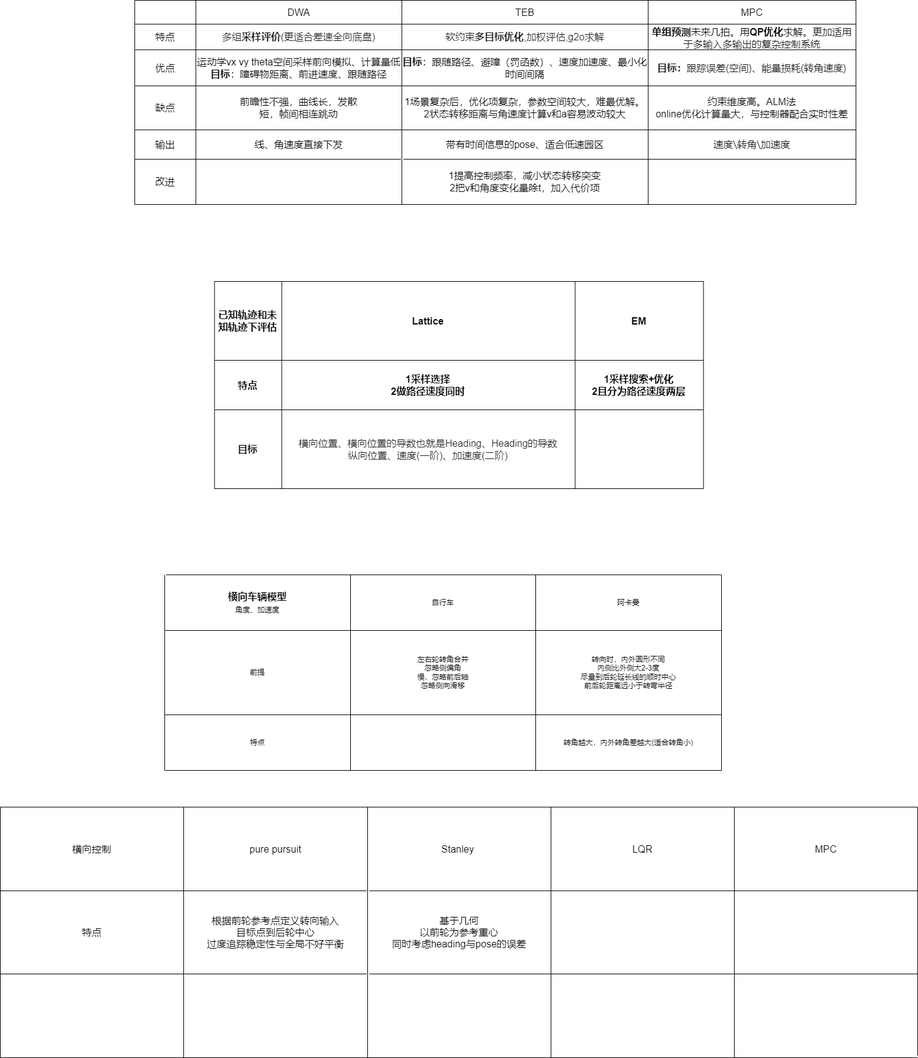
JonHarold/MAPF keeps this draw.io diagram as fisrst.drawio.png. Above is the earlier version. Source tidied: cells renumbered, new cells last; positions are measured from the earlier drawing's top-left corner, leaving out a move shared by most shapes.
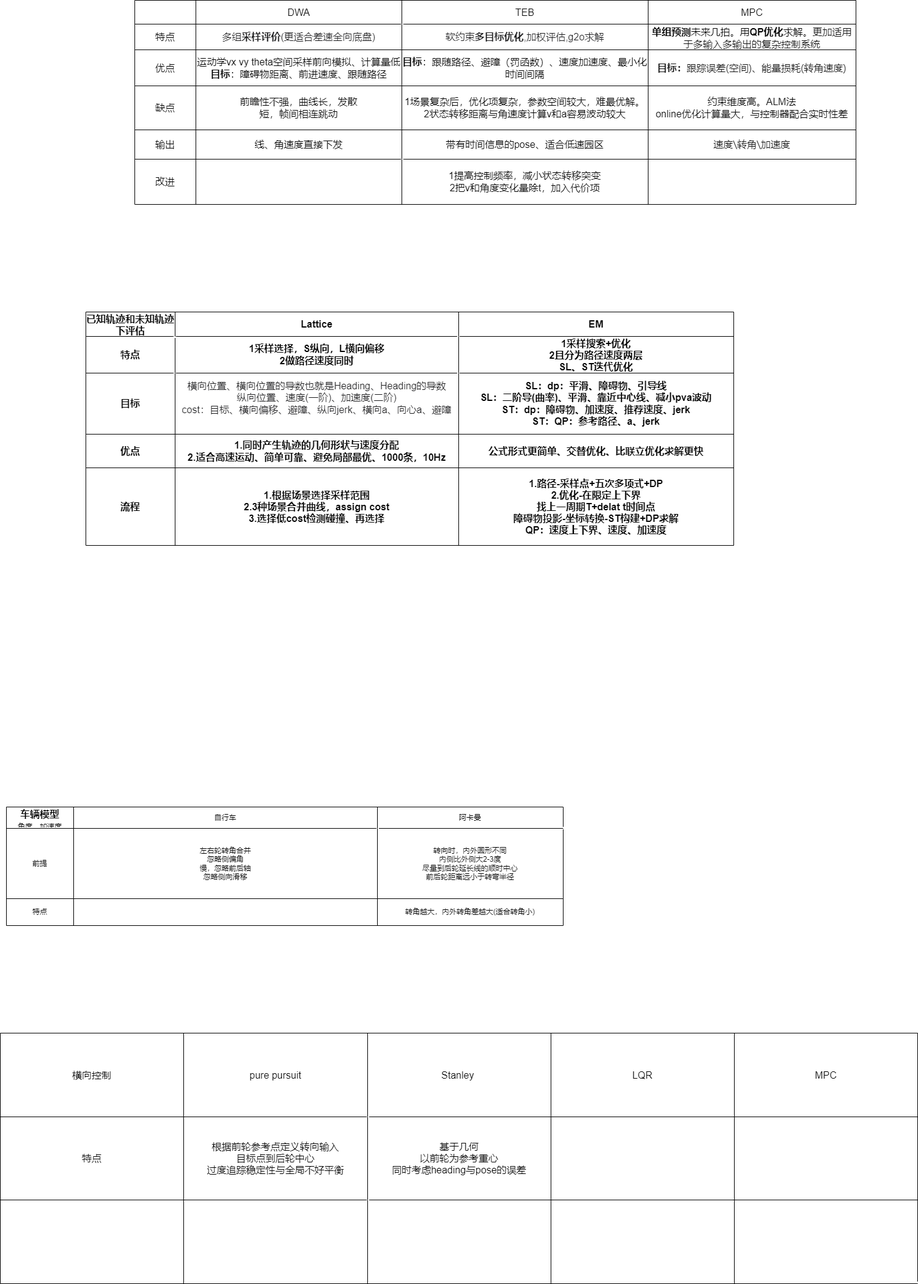
The same file after the commit.

Change to the diagram source:
```diff
@@ -96,85 +96,109 @@
       <mxGeometry x="840" width="340" height="74" as="geometry" />
     </mxCell>
     <mxCell id="33" style="shape=table;startSize=0;fontSize=16;fontStyle=1;" parent="1" vertex="1">
-      <mxGeometry x="350.5" y="460" width="800" height="339" as="geometry" />
+      <mxGeometry x="140" y="510" width="1060" height="382" as="geometry" />
     </mxCell>
     <mxCell id="34" style="shape=tableRow;horizontal=0;startSize=0;swimlaneHead=0;swimlaneBody=0;top=0;left=0;bottom=0;right=0;fillColor=none;fontSize=16;fontStyle=1;" parent="33" vertex="1">
-      <mxGeometry width="800" height="129" as="geometry" />
+      <mxGeometry width="1060" height="40" as="geometry" />
     </mxCell>
     <mxCell id="35" value="已知轨迹和未知轨迹下评估" style="shape=partialRectangle;html=1;whiteSpace=wrap;overflow=hidden;fillColor=none;top=0;left=0;bottom=0;right=0;fontSize=16;fontStyle=1;" parent="34" vertex="1">
-      <mxGeometry width="110" height="129" as="geometry" />
+      <mxGeometry width="146" height="40" as="geometry" />
     </mxCell>
     <mxCell id="36" value="Lattice" style="shape=partialRectangle;html=1;whiteSpace=wrap;overflow=hidden;fillColor=none;top=0;left=0;bottom=0;right=0;fontSize=16;fontStyle=1;" parent="34" vertex="1">
-      <mxGeometry x="110" width="480" height="129" as="geometry" />
+      <mxGeometry x="146" width="464" height="40" as="geometry" />
     </mxCell>
     <mxCell id="37" value="EM" style="shape=partialRectangle;html=1;whiteSpace=wrap;overflow=hidden;fillColor=none;top=0;left=0;bottom=0;right=0;fontSize=16;fontStyle=1;" parent="34" vertex="1">
-      <mxGeometry x="590" width="210" height="129" as="geometry" />
+      <mxGeometry x="610" width="450" height="40" as="geometry" />
     </mxCell>
     <mxCell id="38" style="shape=tableRow;horizontal=0;startSize=0;swimlaneHead=0;swimlaneBody=0;top=0;left=0;bottom=0;right=0;fillColor=none;fontSize=16;fontStyle=1;" parent="33" vertex="1">
-      <mxGeometry y="129" width="800" height="81" as="geometry" />
+      <mxGeometry y="40" width="1060" height="60" as="geometry" />
     </mxCell>
     <mxCell id="39" value="特点" style="shape=partialRectangle;html=1;whiteSpace=wrap;overflow=hidden;fillColor=none;top=0;left=0;bottom=0;right=0;fontSize=16;fontStyle=1;" parent="38" vertex="1">
-      <mxGeometry width="110" height="81" as="geometry" />
+      <mxGeometry width="146" height="60" as="geometry" />
     </mxCell>
-    <mxCell id="40" value="1采样选择&lt;br&gt;2做路径速度同时" style="shape=partialRectangle;html=1;whiteSpace=wrap;overflow=hidden;fillColor=none;top=0;left=0;bottom=0;right=0;fontSize=16;fontStyle=1;" parent="38" vertex="1">
-      <mxGeometry x="110" width="480" height="81" as="geometry" />
+    <mxCell id="40" value="1采样选择，S纵向，L横向偏移&lt;br&gt;2做路径速度同时" style="shape=partialRectangle;html=1;whiteSpace=wrap;overflow=hidden;fillColor=none;top=0;left=0;bottom=0;right=0;fontSize=16;fontStyle=1;" parent="38" vertex="1">
+      <mxGeometry x="146" width="464" height="60" as="geometry" />
     </mxCell>
-    <mxCell id="41" value="1采样搜索+优化&lt;br style=&quot;font-size: 16px;&quot;&gt;2且分为路径速度两层" style="shape=partialRectangle;html=1;whiteSpace=wrap;overflow=hidden;fillColor=none;top=0;left=0;bottom=0;right=0;fontSize=16;fontStyle=1;" parent="38" vertex="1">
-      <mxGeometry x="590" width="210" height="81" as="geometry" />
+    <mxCell id="41" value="1采样搜索+优化&lt;br style=&quot;font-size: 16px;&quot;&gt;2且分为路径速度两层&lt;br&gt;SL、ST迭代优化" style="shape=partialRectangle;html=1;whiteSpace=wrap;overflow=hidden;fillColor=none;top=0;left=0;bottom=0;right=0;fontSize=16;fontStyle=1;" parent="38" vertex="1">
+      <mxGeometry x="610" width="450" height="60" as="geometry" />
     </mxCell>
     <mxCell id="42" style="shape=tableRow;horizontal=0;startSize=0;swimlaneHead=0;swimlaneBody=0;top=0;left=0;bottom=0;right=0;fillColor=none;fontSize=16;fontStyle=1;" parent="33" vertex="1">
-      <mxGeometry y="210" width="800" height="129" as="geometry" />
+      <mxGeometry y="100" width="1060" height="100" as="geometry" />
     </mxCell>
     <mxCell id="43" value="目标" style="shape=partialRectangle;html=1;whiteSpace=wrap;overflow=hidden;fillColor=none;top=0;left=0;bottom=0;right=0;fontSize=16;fontStyle=1;" parent="42" vertex="1">
-      <mxGeometry width="110" height="129" as="geometry" />
+      <mxGeometry width="146" height="100" as="geometry" />
     </mxCell>
-    <mxCell id="44" value="&lt;span style=&quot;color: rgb(29, 29, 31); font-family: SourceSansPro, -apple-system, &amp;quot;PingFang SC&amp;quot;, &amp;quot;Apple Color Emoji&amp;quot;, BlinkMacSystemFont, Helvetica, Arial, &amp;quot;Segoe UI Emoji&amp;quot;, &amp;quot;Segoe UI Symbol&amp;quot;, &amp;quot;Microsoft YaHei&amp;quot;, 微软雅黑, 黑体, Heiti, sans-serif, SimSun, 宋体, serif; font-weight: 400; text-align: start; background-color: rgb(255, 255, 255);&quot;&gt;横向位置、横向位置的导数也就是Heading、Heading的导数&lt;br&gt;&lt;/span&gt;&lt;span style=&quot;color: rgb(29, 29, 31); font-family: SourceSansPro, -apple-system, &amp;quot;PingFang SC&amp;quot;, &amp;quot;Apple Color Emoji&amp;quot;, BlinkMacSystemFont, Helvetica, Arial, &amp;quot;Segoe UI Emoji&amp;quot;, &amp;quot;Segoe UI Symbol&amp;quot;, &amp;quot;Microsoft YaHei&amp;quot;, 微软雅黑, 黑体, Heiti, sans-serif, SimSun, 宋体, serif; font-weight: 400; text-align: start; background-color: rgb(255, 255, 255);&quot;&gt;纵向位置、速度(一阶)、加速度(二阶)&lt;/span&gt;&lt;span style=&quot;color: rgb(29, 29, 31); font-family: SourceSansPro, -apple-system, &amp;quot;PingFang SC&amp;quot;, &amp;quot;Apple Color Emoji&amp;quot;, BlinkMacSystemFont, Helvetica, Arial, &amp;quot;Segoe UI Emoji&amp;quot;, &amp;quot;Segoe UI Symbol&amp;quot;, &amp;quot;Microsoft YaHei&amp;quot;, 微软雅黑, 黑体, Heiti, sans-serif, SimSun, 宋体, serif; font-weight: 400; text-align: start; background-color: rgb(255, 255, 255);&quot;&gt;&lt;br&gt;&lt;/span&gt;" style="shape=partialRectangle;html=1;whiteSpace=wrap;overflow=hidden;fillColor=none;top=0;left=0;bottom=0;right=0;fontSize=16;fontStyle=1;" parent="42" vertex="1">
-      <mxGeometry x="110" width="480" height="129" as="geometry" />
+    <mxCell id="44" value="&lt;span style=&quot;color: rgb(29, 29, 31); font-family: SourceSansPro, -apple-system, &amp;quot;PingFang SC&amp;quot;, &amp;quot;Apple Color Emoji&amp;quot;, BlinkMacSystemFont, Helvetica, Arial, &amp;quot;Segoe UI Emoji&amp;quot;, &amp;quot;Segoe UI Symbol&amp;quot;, &amp;quot;Microsoft YaHei&amp;quot;, 微软雅黑, 黑体, Heiti, sans-serif, SimSun, 宋体, serif; font-weight: 400; text-align: start; background-color: rgb(255, 255, 255);&quot;&gt;横向位置、横向位置的导数也就是Heading、Heading的导数&lt;br&gt;&lt;/span&gt;&lt;span style=&quot;color: rgb(29, 29, 31); font-family: SourceSansPro, -apple-system, &amp;quot;PingFang SC&amp;quot;, &amp;quot;Apple Color Emoji&amp;quot;, BlinkMacSystemFont, Helvetica, Arial, &amp;quot;Segoe UI Emoji&amp;quot;, &amp;quot;Segoe UI Symbol&amp;quot;, &amp;quot;Microsoft YaHei&amp;quot;, 微软雅黑, 黑体, Heiti, sans-serif, SimSun, 宋体, serif; font-weight: 400; text-align: start; background-color: rgb(255, 255, 255);&quot;&gt;纵向位置、速度(一阶)、加速度(二阶)&lt;br&gt;&lt;/span&gt;&lt;span style=&quot;color: rgb(29, 29, 31); font-family: SourceSansPro, -apple-system, &amp;quot;PingFang SC&amp;quot;, &amp;quot;Apple Color Emoji&amp;quot;, BlinkMacSystemFont, Helvetica, Arial, &amp;quot;Segoe UI Emoji&amp;quot;, &amp;quot;Segoe UI Symbol&amp;quot;, &amp;quot;Microsoft YaHei&amp;quot;, 微软雅黑, 黑体, Heiti, sans-serif, SimSun, 宋体, serif; font-weight: 400; text-align: start; background-color: rgb(255, 255, 255);&quot;&gt;cost：目标、横向偏移、避障、纵向jerk、横向a、向心a、避障&lt;br&gt;&lt;br&gt;&lt;/span&gt;" style="shape=partialRectangle;html=1;whiteSpace=wrap;overflow=hidden;fillColor=none;top=0;left=0;bottom=0;right=0;fontSize=16;fontStyle=1;" parent="42" vertex="1">
+      <mxGeometry x="146" width="464" height="100" as="geometry" />
     </mxCell>
-    <mxCell id="45" style="shape=partialRectangle;html=1;whiteSpace=wrap;overflow=hidden;fillColor=none;top=0;left=0;bottom=0;right=0;fontSize=16;fontStyle=1;" parent="42" vertex="1">
-      <mxGeometry x="590" width="210" height="129" as="geometry" />
+    <mxCell id="45" value="SL：dp：平滑、障碍物、引导线&lt;br&gt;SL：二阶导(曲率)、平滑、靠近中心线、减小pva波动&lt;br&gt;ST：dp：障碍物、加速度、推荐速度、jerk&lt;br&gt;ST：QP：参考路径、a、jerk" style="shape=partialRectangle;html=1;whiteSpace=wrap;overflow=hidden;fillColor=none;top=0;left=0;bottom=0;right=0;fontSize=16;fontStyle=1;" parent="42" vertex="1">
+      <mxGeometry x="610" width="450" height="100" as="geometry" />
     </mxCell>
+    <mxCell id="78" style="shape=tableRow;horizontal=0;startSize=0;swimlaneHead=0;swimlaneBody=0;top=0;left=0;bottom=0;right=0;fillColor=none;fontSize=16;fontStyle=1;" parent="33" vertex="1">
+      <mxGeometry y="200" width="1060" height="55" as="geometry" />
+    </mxCell>
+    <mxCell id="79" value="优点" style="shape=partialRectangle;html=1;whiteSpace=wrap;overflow=hidden;fillColor=none;top=0;left=0;bottom=0;right=0;fontSize=16;fontStyle=1;" parent="78" vertex="1">
+      <mxGeometry width="146" height="55" as="geometry" />
+    </mxCell>
+    <mxCell id="80" value="1.同时产生轨迹的几何形状与速度分配&lt;br&gt;2.适合高速运动、简单可靠、避免局部最优、1000条，10Hz&lt;br&gt;" style="shape=partialRectangle;html=1;whiteSpace=wrap;overflow=hidden;fillColor=none;top=0;left=0;bottom=0;right=0;fontSize=16;fontStyle=1;" parent="78" vertex="1">
+      <mxGeometry x="146" width="464" height="55" as="geometry" />
+    </mxCell>
+    <mxCell id="81" value="公式形式更简单、交替优化、比联立优化求解更快" style="shape=partialRectangle;html=1;whiteSpace=wrap;overflow=hidden;fillColor=none;top=0;left=0;bottom=0;right=0;fontSize=16;fontStyle=1;" parent="78" vertex="1">
+      <mxGeometry x="610" width="450" height="55" as="geometry" />
+    </mxCell>
+    <mxCell id="82" style="shape=tableRow;horizontal=0;startSize=0;swimlaneHead=0;swimlaneBody=0;top=0;left=0;bottom=0;right=0;fillColor=none;fontSize=16;fontStyle=1;" parent="33" vertex="1">
+      <mxGeometry y="255" width="1060" height="127" as="geometry" />
+    </mxCell>
+    <mxCell id="83" value="流程" style="shape=partialRectangle;html=1;whiteSpace=wrap;overflow=hidden;fillColor=none;top=0;left=0;bottom=0;right=0;fontSize=16;fontStyle=1;" parent="82" vertex="1">
+      <mxGeometry width="146" height="127" as="geometry" />
+    </mxCell>
+    <mxCell id="84" value="1.根据场景选择采样范围&lt;br&gt;2.3种场景合并曲线，assign cost&lt;br&gt;3.选择低cost检测碰撞、再选择" style="shape=partialRectangle;html=1;whiteSpace=wrap;overflow=hidden;fillColor=none;top=0;left=0;bottom=0;right=0;fontSize=16;fontStyle=1;" parent="82" vertex="1">
+      <mxGeometry x="146" width="464" height="127" as="geometry" />
+    </mxCell>
+    <mxCell id="85" value="1.路径-采样点+五次多项式+DP&lt;br&gt;2.优化-在限定上下界&lt;br&gt;找上一周期T+delat t时间点&lt;br&gt;障碍物投影-坐标转换-ST构建+DP求解&lt;br&gt;QP：速度上下界、速度、加速度" style="shape=partialRectangle;html=1;whiteSpace=wrap;overflow=hidden;fillColor=none;top=0;left=0;bottom=0;right=0;fontSize=16;fontStyle=1;" parent="82" vertex="1">
+      <mxGeometry x="610" width="450" height="127" as="geometry" />
+    </mxCell>
     <mxCell id="46" style="shape=table;startSize=0;" parent="1" vertex="1">
-      <mxGeometry x="269" y="940" width="911" height="320" as="geometry" />
+      <mxGeometry x="10" y="1320" width="911" height="194" as="geometry" />
     </mxCell>
     <mxCell id="47" style="shape=tableRow;horizontal=0;startSize=0;swimlaneHead=0;swimlaneBody=0;top=0;left=0;bottom=0;right=0;fillColor=none;" parent="46" vertex="1">
-      <mxGeometry width="911" height="91" as="geometry" />
+      <mxGeometry width="911" height="35" as="geometry" />
     </mxCell>
-    <mxCell id="48" value="&lt;b&gt;&lt;font style=&quot;font-size: 16px;&quot;&gt;横向车辆模型&lt;br&gt;&lt;/font&gt;&lt;/b&gt;角度、加速度&lt;b&gt;&lt;font style=&quot;font-size: 16px;&quot;&gt;&lt;br&gt;&lt;/font&gt;&lt;/b&gt;" style="shape=partialRectangle;html=1;whiteSpace=wrap;overflow=hidden;fillColor=none;top=0;left=0;bottom=0;right=0;" parent="47" vertex="1">
-      <mxGeometry width="304" height="91" as="geometry" />
+    <mxCell id="48" value="&lt;b&gt;&lt;font style=&quot;font-size: 16px;&quot;&gt;车辆模型&lt;br&gt;&lt;/font&gt;&lt;/b&gt;角度、加速度&lt;b&gt;&lt;font style=&quot;font-size: 16px;&quot;&gt;&lt;br&gt;&lt;/font&gt;&lt;/b&gt;" style="shape=partialRectangle;html=1;whiteSpace=wrap;overflow=hidden;fillColor=none;top=0;left=0;bottom=0;right=0;" parent="47" vertex="1">
+      <mxGeometry width="110" height="35" as="geometry" />
     </mxCell>
     <mxCell id="49" value="自行车" style="shape=partialRectangle;html=1;whiteSpace=wrap;overflow=hidden;fillColor=none;top=0;left=0;bottom=0;right=0;" parent="47" vertex="1">
-      <mxGeometry x="304" width="303" height="91" as="geometry" />
+      <mxGeometry x="110" width="497" height="35" as="geometry" />
     </mxCell>
     <mxCell id="50" value="阿卡曼" style="shape=partialRectangle;html=1;whiteSpace=wrap;overflow=hidden;fillColor=none;top=0;left=0;bottom=0;right=0;" parent="47" vertex="1">
-      <mxGeometry x="607" width="304" height="91" as="geometry" />
+      <mxGeometry x="607" width="304" height="35" as="geometry" />
     </mxCell>
     <mxCell id="51" style="shape=tableRow;horizontal=0;startSize=0;swimlaneHead=0;swimlaneBody=0;top=0;left=0;bottom=0;right=0;fillColor=none;" parent="46" vertex="1">
-      <mxGeometry y="91" width="911" height="138" as="geometry" />
+      <mxGeometry y="35" width="911" height="115" as="geometry" />
     </mxCell>
     <mxCell id="52" value="前提" style="shape=partialRectangle;html=1;whiteSpace=wrap;overflow=hidden;fillColor=none;top=0;left=0;bottom=0;right=0;" parent="51" vertex="1">
-      <mxGeometry width="304" height="138" as="geometry" />
+      <mxGeometry width="110" height="115" as="geometry" />
     </mxCell>
     <mxCell id="53" value="左右轮转角合并&lt;br&gt;忽略侧偏角&lt;br&gt;慢，忽略前后轴&lt;br&gt;忽略侧向滑移" style="shape=partialRectangle;html=1;whiteSpace=wrap;overflow=hidden;fillColor=none;top=0;left=0;bottom=0;right=0;" parent="51" vertex="1">
-      <mxGeometry x="304" width="303" height="138" as="geometry" />
+      <mxGeometry x="110" width="497" height="115" as="geometry" />
     </mxCell>
     <mxCell id="54" value="转向时，内外圆形不同&lt;br&gt;内侧比外侧大2-3度&lt;br&gt;尽量到后轮延长线的顺时中心&lt;br&gt;前后轮距离远小于转弯半径" style="shape=partialRectangle;html=1;whiteSpace=wrap;overflow=hidden;fillColor=none;top=0;left=0;bottom=0;right=0;" parent="51" vertex="1">
-      <mxGeometry x="607" width="304" height="138" as="geometry" />
+      <mxGeometry x="607" width="304" height="115" as="geometry" />
     </mxCell>
     <mxCell id="55" style="shape=tableRow;horizontal=0;startSize=0;swimlaneHead=0;swimlaneBody=0;top=0;left=0;bottom=0;right=0;fillColor=none;" parent="46" vertex="1">
-      <mxGeometry y="229" width="911" height="91" as="geometry" />
+      <mxGeometry y="150" width="911" height="44" as="geometry" />
     </mxCell>
     <mxCell id="56" value="特点" style="shape=partialRectangle;html=1;whiteSpace=wrap;overflow=hidden;fillColor=none;top=0;left=0;bottom=0;right=0;" parent="55" vertex="1">
-      <mxGeometry width="304" height="91" as="geometry" />
+      <mxGeometry width="110" height="44" as="geometry" />
     </mxCell>
     <mxCell id="57" style="shape=partialRectangle;html=1;whiteSpace=wrap;overflow=hidden;fillColor=none;top=0;left=0;bottom=0;right=0;" parent="55" vertex="1">
-      <mxGeometry x="304" width="303" height="91" as="geometry" />
+      <mxGeometry x="110" width="497" height="44" as="geometry" />
     </mxCell>
     <mxCell id="58" value="转角越大，内外转角差越大(适合转角小)" style="shape=partialRectangle;html=1;whiteSpace=wrap;overflow=hidden;fillColor=none;top=0;left=0;bottom=0;right=0;" parent="55" vertex="1">
-      <mxGeometry x="607" width="304" height="91" as="geometry" />
+      <mxGeometry x="607" width="304" height="44" as="geometry" />
     </mxCell>
     <mxCell id="59" style="shape=table;startSize=0;fontSize=16;" parent="1" vertex="1">
-      <mxGeometry y="1320" width="1501" height="410" as="geometry" />
+      <mxGeometry y="1690" width="1501" height="410" as="geometry" />
     </mxCell>
     <mxCell id="60" style="shape=tableRow;horizontal=0;startSize=0;swimlaneHead=0;swimlaneBody=0;top=0;left=0;bottom=0;right=0;fillColor=none;fontSize=16;" parent="59" vertex="1">
       <mxGeometry width="1501" height="137" as="geometry" />
```
